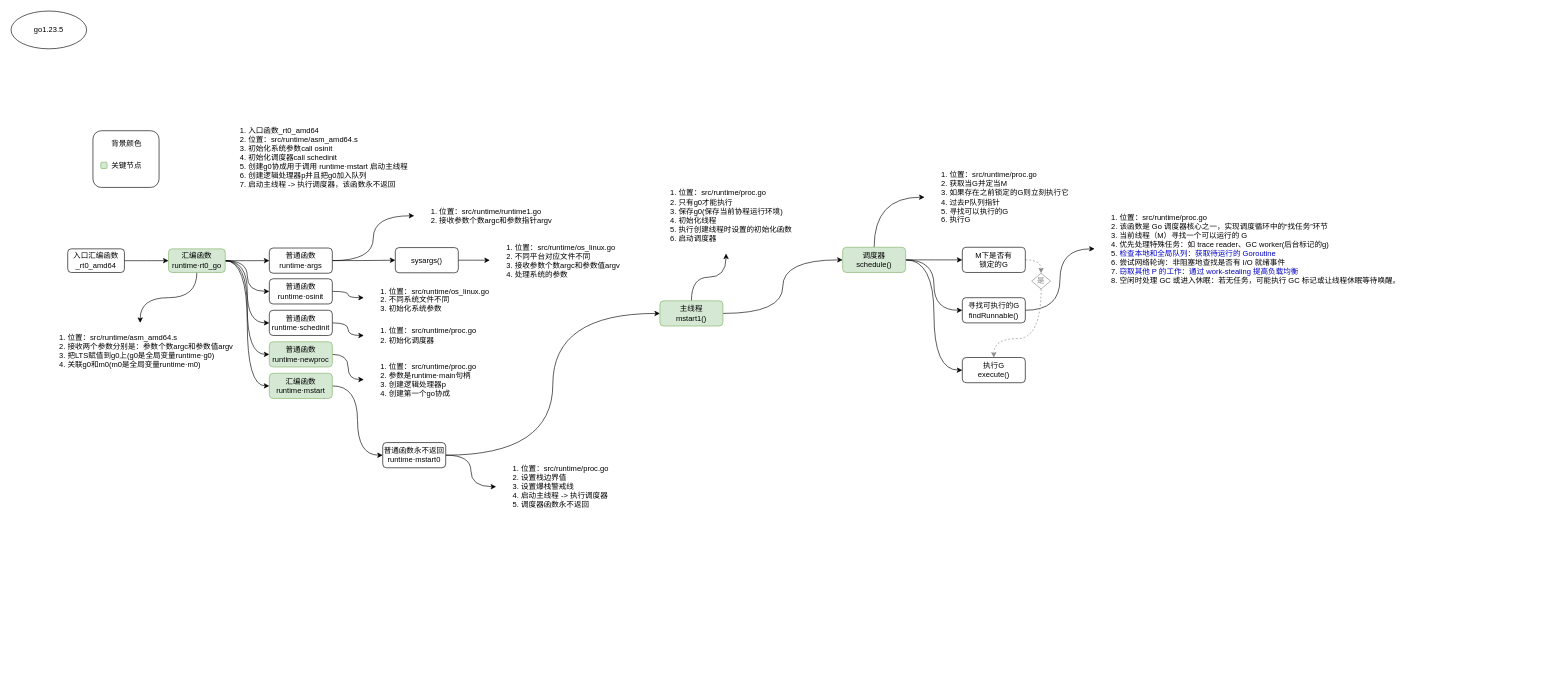
Before: book/src/MGP.drawio in fire1220/annotation-go1.23.5, a draw.io diagram. Source tidied: cells renumbered, new cells numbered last; positions are measured from the earlier drawing's top-left corner, leaving out a move shared by most shapes. Both pictures are drawn from the tidied source at 63%, with x=0, y=0 at pixel (11, 11).
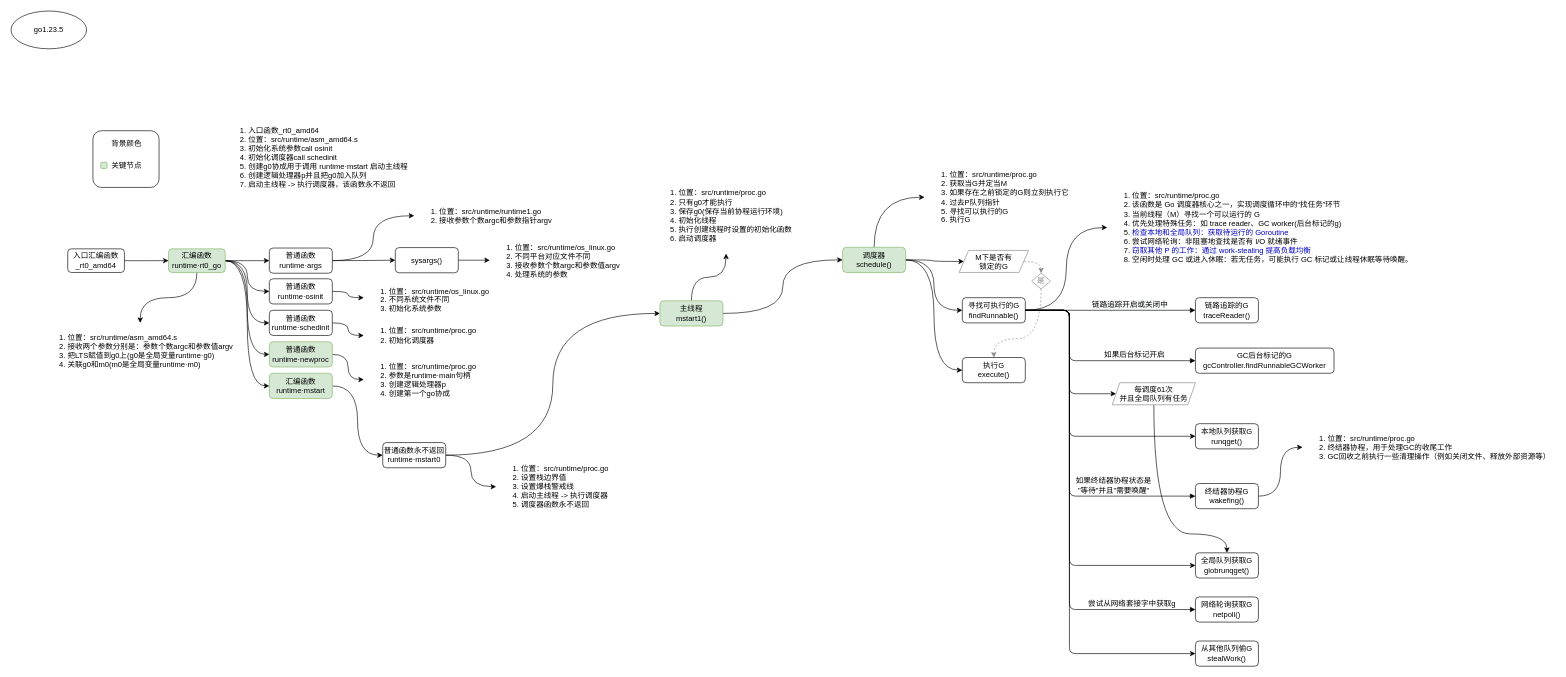
After the change.

The change refers to these unchanged cells:
```xml
<mxCell id="44" value="调度器&lt;br&gt;schedule()" style="rounded=1;whiteSpace=wrap;html=1;labelBackgroundColor=none;fontSize=12;align=center;fillColor=#d5e8d4;strokeColor=#82b366;" parent="1" vertex="1">
  <mxGeometry x="1320" y="375" width="100" height="40" as="geometry" />
</mxCell>
<mxCell id="54" value="寻找可执行的G&lt;br&gt;findRunnable()" style="rounded=1;whiteSpace=wrap;html=1;labelBackgroundColor=none;fontSize=12;align=center;" parent="1" vertex="1">
  <mxGeometry x="1510" y="455" width="100" height="40" as="geometry" />
</mxCell>
<mxCell id="57" value="是" style="rhombus;whiteSpace=wrap;html=1;labelBackgroundColor=none;fontSize=12;fillColor=none;align=center;strokeColor=#868686;fontColor=#868686;" parent="1" vertex="1">
  <mxGeometry x="1620" y="416.2" width="30" height="25" as="geometry" />
</mxCell>
```

Diff of the diagram source:
```diff
@@
-    <mxCell id="41" style="edgeStyle=orthogonalEdgeStyle;curved=1;rounded=0;jettySize=auto;html=1;entryX=0;entryY=0.5;entryDx=0;entryDy=0;fontSize=12;strokeWidth=1;" parent="1" edge="1" source="44" target="51">
+    <mxCell id="41" style="edgeStyle=orthogonalEdgeStyle;curved=1;rounded=0;jettySize=auto;html=1;fontSize=12;strokeWidth=1;entryX=0;entryY=0.5;entryDx=0;entryDy=0;" parent="1" edge="1" source="44" target="51">
       <mxGeometry relative="1" as="geometry" />
     </mxCell>
@@
-    <mxCell id="50" style="edgeStyle=orthogonalEdgeStyle;curved=1;rounded=0;jettySize=auto;html=1;entryX=0.5;entryY=0;entryDx=0;entryDy=0;fontSize=12;strokeWidth=1;fontColor=#C6C6C6;dashed=1;strokeColor=#868686;" parent="1" edge="1" source="51" target="57">
+    <mxCell id="50" style="edgeStyle=orthogonalEdgeStyle;curved=1;rounded=0;jettySize=auto;html=1;entryX=0.5;entryY=0;entryDx=0;entryDy=0;fontSize=12;strokeWidth=1;fontColor=#C6C6C6;dashed=1;strokeColor=#868686;exitX=1;exitY=0.5;exitDx=0;exitDy=0;" parent="1" edge="1" source="51" target="57">
       <mxGeometry relative="1" as="geometry" />
     </mxCell>
-    <mxCell id="51" value="M下是否有&lt;br&gt;锁定的G" style="rounded=1;whiteSpace=wrap;html=1;labelBackgroundColor=none;fontSize=12;align=center;" parent="1" vertex="1">
-      <mxGeometry x="1510" y="375" width="100" height="40" as="geometry" />
-    </mxCell>
@@
+    <mxCell id="59" style="rounded=1;jettySize=auto;html=1;fontSize=12;fontColor=#000000;strokeColor=#000000;strokeWidth=1;exitX=1;exitY=0.5;exitDx=0;exitDy=0;entryX=0;entryY=0.5;entryDx=0;entryDy=0;edgeStyle=orthogonalEdgeStyle;" parent="1" edge="1" source="54" target="69">
+      <mxGeometry relative="1" as="geometry">
+        <Array as="points">
+          <mxPoint x="1680" y="475" />
+          <mxPoint x="1680" y="608" />
+        </Array>
+      </mxGeometry>
+    </mxCell>
+    <mxCell id="60" style="edgeStyle=orthogonalEdgeStyle;rounded=1;jettySize=auto;html=1;entryX=0;entryY=0.5;entryDx=0;entryDy=0;fontSize=12;fontColor=#000000;strokeColor=#000000;strokeWidth=1;" parent="1" edge="1" source="54" target="70">
+      <mxGeometry relative="1" as="geometry">
+        <Array as="points">
+          <mxPoint x="1680" y="475" />
+          <mxPoint x="1680" y="675" />
+        </Array>
+      </mxGeometry>
+    </mxCell>
+    <mxCell id="61" style="edgeStyle=orthogonalEdgeStyle;rounded=1;jettySize=auto;html=1;entryX=0;entryY=0.5;entryDx=0;entryDy=0;fontSize=12;fontColor=#000000;strokeColor=#000000;strokeWidth=1;" parent="1" edge="1" source="54" target="68">
+      <mxGeometry relative="1" as="geometry">
+        <Array as="points">
+          <mxPoint x="1680" y="475" />
+          <mxPoint x="1680" y="880" />
+        </Array>
+      </mxGeometry>
+    </mxCell>
+    <mxCell id="62" style="edgeStyle=orthogonalEdgeStyle;rounded=1;jettySize=auto;html=1;entryX=0;entryY=0.5;entryDx=0;entryDy=0;fontSize=12;fontColor=#000000;strokeColor=#000000;strokeWidth=1;" parent="1" edge="1" source="54" target="76">
+      <mxGeometry relative="1" as="geometry">
+        <Array as="points">
+          <mxPoint x="1680" y="475" />
+          <mxPoint x="1680" y="1020" />
+        </Array>
+      </mxGeometry>
+    </mxCell>
@@
     <mxCell id="58" value="&lt;ol&gt;&lt;li&gt;&lt;span style=&quot;font-size: 12px ; text-align: center&quot;&gt;位置：&lt;/span&gt;src/runtime/proc.go&lt;/li&gt;&lt;li&gt;该函数是 Go 调度器核心之一，实现调度循环中的“找任务”环节&lt;br&gt;&lt;/li&gt;&lt;li&gt;当前线程（M）寻找一个可以运行的 G&lt;/li&gt;&lt;li&gt;优先处理特殊任务：如 trace reader、GC worker(后台标记的g)&lt;/li&gt;&lt;li&gt;&lt;font color=&quot;#0000c4&quot;&gt;检查本地和全局队列：获取待运行的 Goroutine&lt;/font&gt;&lt;/li&gt;&lt;li&gt;尝试网络轮询：非阻塞地查找是否有 I/O 就绪事件&lt;/li&gt;&lt;li&gt;&lt;font color=&quot;#0000c4&quot;&gt;窃取其他 P 的工作：通过 work-stealing 提高负载均衡&lt;/font&gt;&lt;/li&gt;&lt;li&gt;空闲时处理 GC 或进入休眠：若无任务，可能执行 GC 标记或让线程休眠等待唤醒。&lt;br&gt;&lt;/li&gt;&lt;/ol&gt;" style="text;strokeColor=none;fillColor=none;html=1;verticalAlign=middle;overflow=hidden;align=left;spacing=0;labelBorderColor=none;labelBackgroundColor=none;imageWidth=24;imageHeight=24;arcSize=12;fontSize=12;absoluteArcSize=0;fillOpacity=100;" parent="1" vertex="1">
-      <mxGeometry x="1720" y="305" width="490" height="145" as="geometry" />
+      <mxGeometry x="1740" y="271.2" width="490" height="145" as="geometry" />
     </mxCell>
+    <mxCell id="63" value="链路追踪的G&lt;br&gt;traceReader()" style="rounded=1;whiteSpace=wrap;html=1;labelBackgroundColor=none;fontSize=12;align=center;" parent="1" vertex="1">
+      <mxGeometry x="1880" y="455" width="100" height="40" as="geometry" />
+    </mxCell>
+    <mxCell id="64" value="&lt;span style=&quot;background-color: rgb(248 , 249 , 250)&quot;&gt;链路追踪开启或关闭中&lt;/span&gt;" style="html=1;verticalAlign=bottom;endArrow=block;shadow=0;edgeStyle=orthogonalEdgeStyle;fontSize=12;strokeWidth=1;exitX=1;exitY=0.5;exitDx=0;exitDy=0;entryX=0;entryY=0.5;entryDx=0;entryDy=0;" parent="1" edge="1" source="54" target="63">
+      <mxGeometry x="0.24" relative="1" as="geometry">
+        <mxPoint x="-1" as="offset" />
+      </mxGeometry>
+    </mxCell>
+    <mxCell id="65" value="GC后台标记的G&lt;br&gt;gcController.findRunnableGCWorker" style="rounded=1;whiteSpace=wrap;html=1;labelBackgroundColor=none;fontSize=12;align=center;" parent="1" vertex="1">
+      <mxGeometry x="1880" y="535" width="220" height="40" as="geometry" />
+    </mxCell>
+    <mxCell id="66" value="如果后台标记开启" style="html=1;verticalAlign=bottom;endArrow=block;shadow=0;edgeStyle=orthogonalEdgeStyle;fontSize=12;fontColor=#000000;strokeColor=#000000;strokeWidth=1;exitX=1;exitY=0.5;exitDx=0;exitDy=0;entryX=0;entryY=0.5;entryDx=0;entryDy=0;" parent="1" edge="1" source="54" target="65">
+      <mxGeometry x="0.45" relative="1" as="geometry">
+        <Array as="points">
+          <mxPoint x="1680" y="475" />
+          <mxPoint x="1680" y="555" />
+        </Array>
+        <mxPoint x="-1" as="offset" />
+      </mxGeometry>
+    </mxCell>
+    <mxCell id="67" style="edgeStyle=orthogonalEdgeStyle;curved=1;rounded=0;jettySize=auto;html=1;entryX=0.5;entryY=0;entryDx=0;entryDy=0;fontSize=12;fontColor=#000000;strokeColor=#000000;strokeWidth=1;exitX=0.5;exitY=1;exitDx=0;exitDy=0;" parent="1" edge="1" source="69" target="68">
+      <mxGeometry relative="1" as="geometry">
+        <Array as="points">
+          <mxPoint x="1814" y="830" />
+          <mxPoint x="1930" y="830" />
+        </Array>
+      </mxGeometry>
+    </mxCell>
+    <mxCell id="68" value="全局队列获取G&lt;br&gt;globrunqget()" style="rounded=1;whiteSpace=wrap;html=1;labelBackgroundColor=none;fontSize=12;align=center;" parent="1" vertex="1">
+      <mxGeometry x="1880" y="860" width="100" height="40" as="geometry" />
+    </mxCell>
+    <mxCell id="51" value="&lt;span&gt;M下是否有&lt;/span&gt;&lt;br&gt;&lt;span&gt;锁定的G&lt;/span&gt;" style="shape=parallelogram;perimeter=parallelogramPerimeter;whiteSpace=wrap;html=1;fixedSize=1;labelBackgroundColor=none;fontSize=12;fontColor=#000000;strokeColor=#868686;fillColor=none;align=center;size=15;" parent="1" vertex="1">
+      <mxGeometry x="1505" y="380" width="110" height="35" as="geometry" />
+    </mxCell>
+    <mxCell id="69" value="&lt;span&gt;每调度61次&lt;br&gt;并且全局队列有任务&lt;/span&gt;" style="shape=parallelogram;perimeter=parallelogramPerimeter;whiteSpace=wrap;html=1;fixedSize=1;labelBackgroundColor=none;fontSize=12;fontColor=#000000;strokeColor=#868686;fillColor=none;align=center;size=12.000000000000455;" parent="1" vertex="1">
+      <mxGeometry x="1748" y="590" width="132" height="35" as="geometry" />
+    </mxCell>
+    <mxCell id="70" value="本地队列获取G&lt;br&gt;runqget()" style="rounded=1;whiteSpace=wrap;html=1;labelBackgroundColor=none;fontSize=12;align=center;" parent="1" vertex="1">
+      <mxGeometry x="1880" y="655" width="100" height="40" as="geometry" />
+    </mxCell>
+    <mxCell id="71" style="edgeStyle=orthogonalEdgeStyle;rounded=1;jettySize=auto;html=1;entryX=0;entryY=0.5;entryDx=0;entryDy=0;fontSize=12;fontColor=#000000;strokeColor=#000000;strokeWidth=1;curved=1;" parent="1" edge="1" source="72" target="74">
+      <mxGeometry relative="1" as="geometry" />
+    </mxCell>
+    <mxCell id="72" value="终结器协程G&lt;br&gt;wakefing()" style="rounded=1;whiteSpace=wrap;html=1;labelBackgroundColor=none;fontSize=12;align=center;" parent="1" vertex="1">
+      <mxGeometry x="1880" y="750" width="100" height="40" as="geometry" />
+    </mxCell>
+    <mxCell id="73" value="如果终结器协程状态是&lt;br&gt;&quot;等待&quot;并且&quot;需要唤醒&quot;" style="html=1;verticalAlign=bottom;endArrow=block;shadow=0;edgeStyle=orthogonalEdgeStyle;fontSize=12;fontColor=#000000;strokeColor=#000000;strokeWidth=1;exitX=1;exitY=0.5;exitDx=0;exitDy=0;entryX=0;entryY=0.5;entryDx=0;entryDy=0;" parent="1" edge="1" source="54" target="72">
+      <mxGeometry x="0.54" relative="1" as="geometry">
+        <Array as="points">
+          <mxPoint x="1680" y="475" />
+          <mxPoint x="1680" y="770" />
+        </Array>
+      </mxGeometry>
+    </mxCell>
+    <mxCell id="74" value="&lt;ol&gt;&lt;li&gt;&lt;span style=&quot;font-size: 12px ; text-align: center&quot;&gt;位置：&lt;/span&gt;src/runtime/proc.go&lt;/li&gt;&lt;li&gt;终结器协程，用于处理GC的收尾工作&lt;/li&gt;&lt;li&gt;GC回收之前执行一些清理操作（例如关闭文件、释放外部资源等）&lt;br&gt;&lt;/li&gt;&lt;/ol&gt;" style="text;strokeColor=none;fillColor=none;html=1;verticalAlign=middle;overflow=hidden;align=left;spacing=0;labelBorderColor=none;labelBackgroundColor=none;imageWidth=24;imageHeight=24;arcSize=12;fontSize=12;absoluteArcSize=0;fillOpacity=100;" parent="1" vertex="1">
+      <mxGeometry x="2050" y="655" width="400" height="75" as="geometry" />
+    </mxCell>
+    <mxCell id="75" value="网络轮询获取G&lt;br&gt;netpoll()" style="rounded=1;whiteSpace=wrap;html=1;labelBackgroundColor=none;fontSize=12;align=center;" parent="1" vertex="1">
+      <mxGeometry x="1880" y="930" width="100" height="40" as="geometry" />
+    </mxCell>
+    <mxCell id="76" value="从其他队列偷G&lt;br&gt;stealWork()" style="rounded=1;whiteSpace=wrap;html=1;labelBackgroundColor=none;fontSize=12;align=center;" parent="1" vertex="1">
+      <mxGeometry x="1880" y="1000" width="100" height="40" as="geometry" />
+    </mxCell>
+    <mxCell id="77" value="尝试从网络套接字中获取g" style="html=1;verticalAlign=bottom;endArrow=block;shadow=0;edgeStyle=orthogonalEdgeStyle;fontSize=12;fontColor=#000000;strokeColor=#000000;strokeWidth=1;exitX=1;exitY=0.5;exitDx=0;exitDy=0;entryX=0;entryY=0.5;entryDx=0;entryDy=0;" parent="1" edge="1" source="54" target="75">
+      <mxGeometry x="0.73" relative="1" as="geometry">
+        <Array as="points">
+          <mxPoint x="1680" y="475" />
+          <mxPoint x="1680" y="950" />
+        </Array>
+      </mxGeometry>
+    </mxCell>
```
